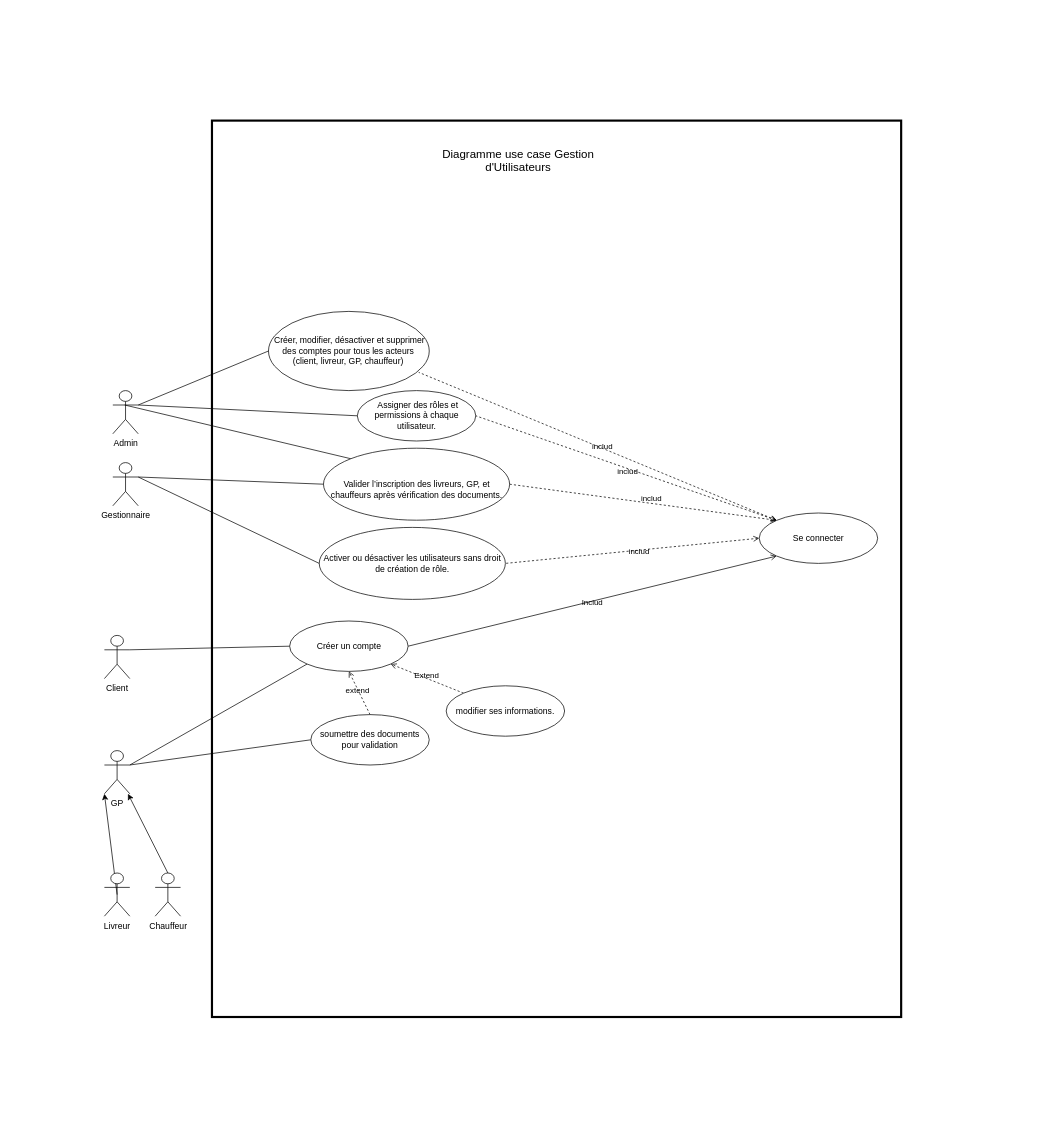
The draw.io diagram page "UseCase" (2 of 6) of Diagramme sans nom.drawio in BounAbdallah/tuto, before the edit. Source tidied: cells renumbered, new cells numbered last; positions are measured from the earlier drawing's top-left corner, leaving out a move shared by most shapes. Both pictures are drawn from the tidied source at 72%, with x=0, y=0 at pixel (12, 12).
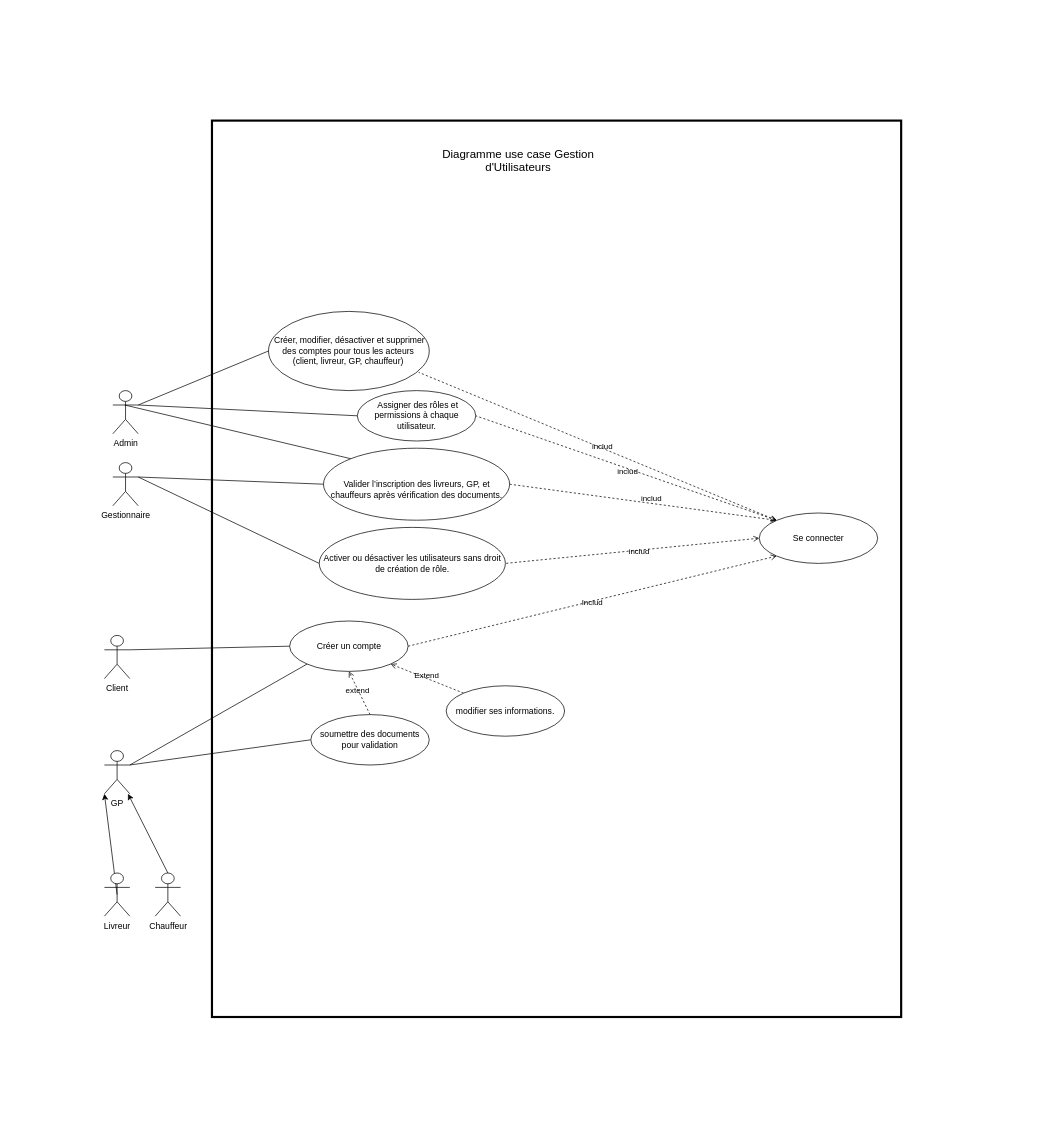
After the change.

Commit message:
Mettre à jour Diagramme sans nom.drawio

Unchanged cells that the change refers to:
```xml
<mxCell id="2" style="group;" parent="1" vertex="1">
  <mxGeometry width="1442" height="1543" as="geometry" />
</mxCell>
<mxCell id="10" value="Se connecter" style="ellipse;whiteSpace=wrap;html=1;" parent="2" vertex="1">
  <mxGeometry x="1037" y="695" width="164.5" height="70" as="geometry" />
</mxCell>
<mxCell id="18" value="Créer un compte" style="ellipse;whiteSpace=wrap;html=1;" parent="2" vertex="1">
  <mxGeometry x="384.8" y="845" width="164.5" height="70" as="geometry" />
</mxCell>
```

The edit, as a diff of the source:
```diff
@@
-    <mxCell id="16" style="rounded=0;jettySize=auto;html=1;exitX=1;exitY=0.5;exitDx=0;exitDy=0;entryX=0;entryY=1;entryDx=0;entryDy=0;endArrow=open;endFill=0;startArrow=none;startFill=0;" parent="2" edge="1" source="18" target="10">
+    <mxCell id="16" style="rounded=0;jettySize=auto;html=1;exitX=1;exitY=0.5;exitDx=0;exitDy=0;entryX=0;entryY=1;entryDx=0;entryDy=0;endArrow=open;endFill=0;startArrow=none;startFill=0;dashed=1;" parent="2" edge="1" source="18" target="10">
       <mxGeometry relative="1" as="geometry" />
     </mxCell>
```
